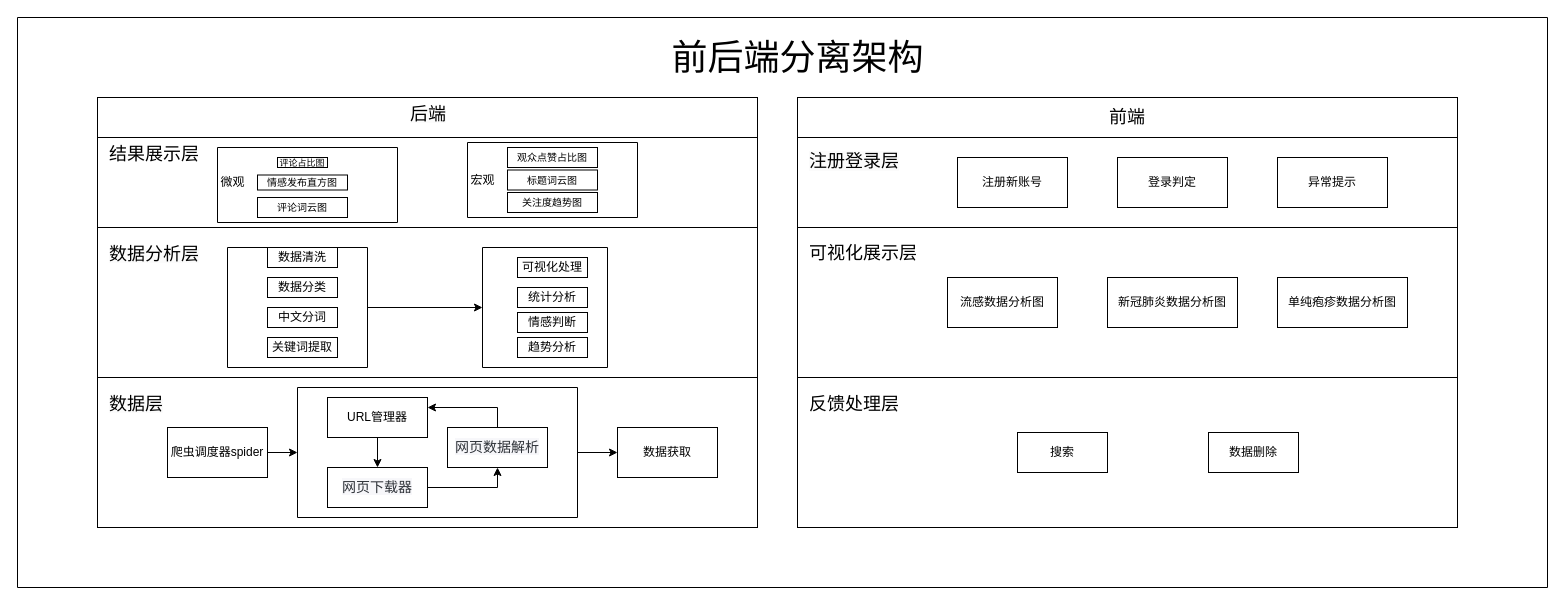
SWE20040/python- keeps this draw.io diagram as page "Page-1" (1 of 2) of PIL图片处理/未命名绘图.drawio. Above is the earlier version. Source tidied: cells renumbered, new cells numbered last; positions are measured from the earlier drawing's top-left corner, leaving out a move shared by most shapes. Both pictures are drawn from the tidied source at 100%, with x=0, y=0 at pixel (17, 17).
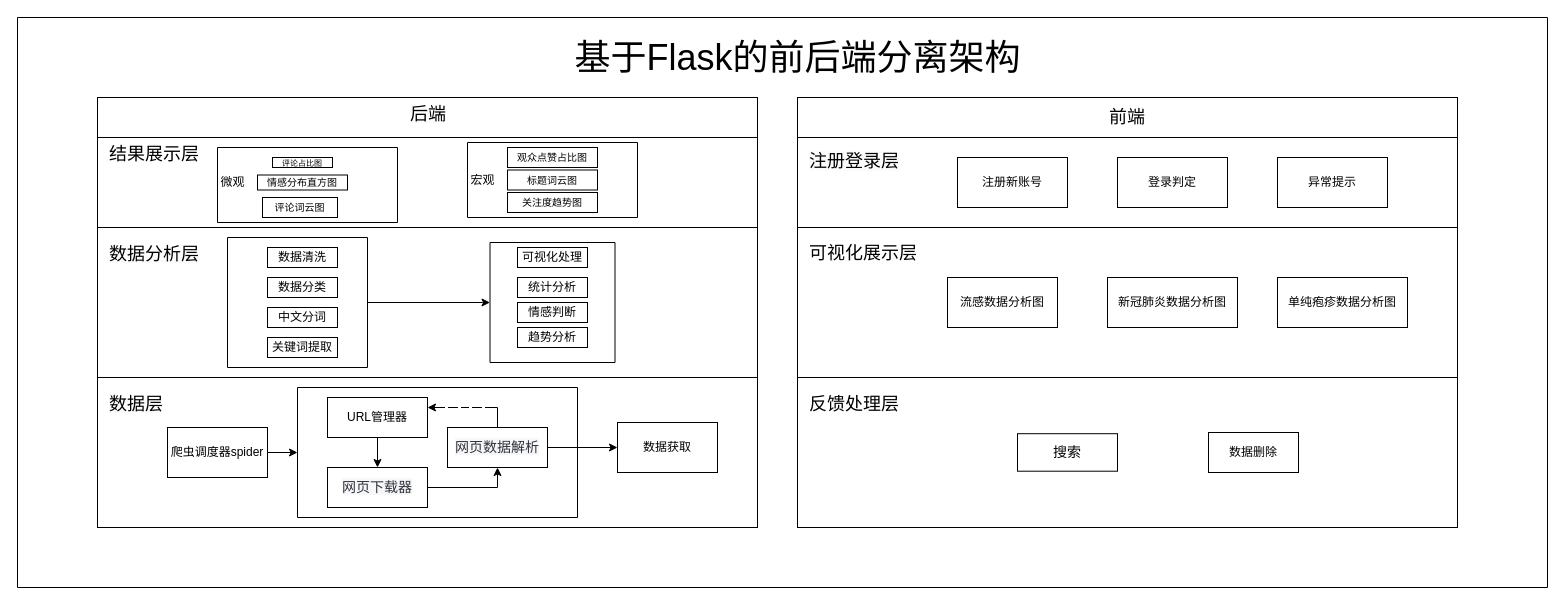
After the change.

Commit message:
基于Flaks前后端分离架构.drawio

Unchanged cells that the change refers to:
```xml
<mxCell id="9" style="swimlane;startSize=0;" parent="1" vertex="1">
  <mxGeometry width="1530" height="570" as="geometry" />
</mxCell>
<mxCell id="21" value="&lt;span style=&quot;--tw-border-spacing-x: 0; --tw-border-spacing-y: 0; --tw-translate-x: 0; --tw-translate-y: 0; --tw-rotate: 0; --tw-skew-x: 0; --tw-skew-y: 0; --tw-scale-x: 1; --tw-scale-y: 1; --tw-pan-x: ; --tw-pan-y: ; --tw-pinch-zoom: ; --tw-scroll-snap-strictness: proximity; --tw-gradient-from-position: ; --tw-gradient-via-position: ; --tw-gradient-to-position: ; --tw-ordinal: ; --tw-slashed-zero: ; --tw-numeric-figure: ; --tw-numeric-spacing: ; --tw-numeric-fraction: ; --tw-ring-inset: ; --tw-ring-offset-width: 0px; --tw-ring-offset-color: #fff; --tw-ring-color: rgba(59,130,246,.5); --tw-ring-offset-shadow: 0 0 #0000; --tw-ring-shadow: 0 0 #0000; --tw-shadow: 0 0 #0000; --tw-shadow-colored: 0 0 #0000; --tw-blur: ; --tw-brightness: ; --tw-contrast: ; --tw-grayscale: ; --tw-hue-rotate: ; --tw-invert: ; --tw-saturate: ; --tw-sepia: ; --tw-drop-shadow: ; --tw-backdrop-blur: ; --tw-backdrop-brightness: ; --tw-backdrop-contrast: ; --tw-backdrop-grayscale: ; --tw-backdrop-hue-rotate: ; --tw-backdrop-invert: ; --tw-backdrop-opacity: ; --tw-backdrop-saturate: ; --tw-backdrop-sepia: ; -webkit-font-smoothing: antialiased; box-sizing: border-box; color: rgb(46, 50, 56); font-family: &amp;quot;SF Pro Display&amp;quot;, -apple-system, BlinkMacSystemFont, &amp;quot;Segoe UI&amp;quot;, &amp;quot;PingFang SC&amp;quot;, &amp;quot;Hiragino Sans GB&amp;quot;, &amp;quot;Microsoft YaHei&amp;quot;, &amp;quot;Helvetica Neue&amp;quot;, Helvetica, Arial, sans-serif; font-size: 14px; text-align: left; background-color: rgb(247, 247, 250);&quot;&gt;网页数据解析&lt;/span&gt;" style="rounded=0;whiteSpace=wrap;html=1;" parent="9" vertex="1">
  <mxGeometry x="430" y="410" width="100" height="40" as="geometry" />
</mxCell>
<mxCell id="23" style="swimlane;startSize=0;" parent="9" vertex="1">
  <mxGeometry x="280" y="370" width="280" height="130" as="geometry" />
</mxCell>
<mxCell id="24" value="URL管理器" style="rounded=0;whiteSpace=wrap;html=1;" parent="23" vertex="1">
  <mxGeometry x="30" y="10" width="100" height="40" as="geometry" />
</mxCell>
<mxCell id="35" style="swimlane;startSize=0;" parent="9" vertex="1">
  <mxGeometry x="200" y="130" width="180" height="75" as="geometry" />
</mxCell>
```

Diff of the diagram source:
```diff
@@
-    <mxCell id="10" value="&lt;font style=&quot;font-size: 36px;&quot;&gt;前后端分离架构&lt;/font&gt;" style="text;html=1;align=center;verticalAlign=middle;strokeColor=none;fillColor=none;" parent="9" vertex="1">
-      <mxGeometry x="640" y="10" width="280" height="60" as="geometry" />
+    <mxCell id="10" value="&lt;font style=&quot;font-size: 36px;&quot;&gt;基于Flask的前后端分离架构&lt;/font&gt;" style="text;html=1;align=center;verticalAlign=middle;strokeColor=none;fillColor=none;" parent="9" vertex="1">
+      <mxGeometry x="545" y="10" width="470" height="60" as="geometry" />
     </mxCell>
@@
-    <mxCell id="20" style="edgeStyle=orthogonalEdgeStyle;rounded=0;jettySize=auto;html=1;exitX=0.5;exitY=0;exitDx=0;exitDy=0;entryX=1;entryY=0.25;entryDx=0;entryDy=0;" parent="9" edge="1" source="21" target="24">
-      <mxGeometry relative="1" as="geometry">
-        <Array as="points">
-          <mxPoint x="480" y="390" />
-        </Array>
-      </mxGeometry>
+    <mxCell id="20" style="rounded=0;jettySize=auto;html=1;exitX=0.5;exitY=0;exitDx=0;exitDy=0;entryX=1;entryY=0.25;entryDx=0;entryDy=0;edgeStyle=orthogonalEdgeStyle;" parent="9" edge="1" source="21" target="24">
+      <mxGeometry relative="1" as="geometry" />
     </mxCell>
+    <mxCell id="61" value="&amp;nbsp;" style="edgeLabel;html=1;align=center;verticalAlign=middle;" parent="20" vertex="1">
+      <mxGeometry x="0.6" y="-2" relative="1" as="geometry" />
+    </mxCell>
+    <mxCell id="62" value="&amp;nbsp;" style="edgeLabel;html=1;align=center;verticalAlign=middle;" parent="20" vertex="1">
+      <mxGeometry x="0.07" y="3" relative="1" as="geometry" />
+    </mxCell>
+    <mxCell id="63" value="&amp;nbsp;" style="edgeLabel;html=1;align=center;verticalAlign=middle;" parent="20" vertex="1">
+      <mxGeometry x="-0.23" y="1" relative="1" as="geometry" />
+    </mxCell>
+    <mxCell id="64" value="&amp;nbsp;" style="edgeLabel;html=1;align=center;verticalAlign=middle;" parent="20" vertex="1">
+      <mxGeometry x="0.31" y="-2" relative="1" as="geometry" />
+    </mxCell>
@@
-    <mxCell id="22" style="edgeStyle=orthogonalEdgeStyle;rounded=0;jettySize=auto;html=1;exitX=1;exitY=0.5;exitDx=0;exitDy=0;" parent="9" edge="1" source="23" target="25">
+    <mxCell id="22" style="edgeStyle=orthogonalEdgeStyle;rounded=0;jettySize=auto;html=1;exitX=1;exitY=0.5;exitDx=0;exitDy=0;" parent="9" edge="1" source="21" target="25">
       <mxGeometry relative="1" as="geometry" />
     </mxCell>
@@
     <mxCell id="25" value="数据获取" style="rounded=0;whiteSpace=wrap;html=1;" parent="9" vertex="1">
-      <mxGeometry x="600" y="410" width="100" height="50" as="geometry" />
+      <mxGeometry x="600" y="405" width="100" height="50" as="geometry" />
     </mxCell>
@@
-    <mxCell id="31" value="&lt;span style=&quot;font-size: 10px;&quot;&gt;评论词云图&lt;/span&gt;" style="rounded=0;whiteSpace=wrap;html=1;" parent="9" vertex="1">
-      <mxGeometry x="240" y="180" width="90" height="20" as="geometry" />
-    </mxCell>
@@
-    <mxCell id="36" value="&lt;font style=&quot;font-size: 10px;&quot;&gt;情感发布直方图&lt;/font&gt;" style="rounded=0;whiteSpace=wrap;html=1;" parent="35" vertex="1">
+    <mxCell id="36" value="&lt;font style=&quot;font-size: 10px;&quot;&gt;情感分布直方图&lt;/font&gt;" style="rounded=0;whiteSpace=wrap;html=1;" parent="35" vertex="1">
       <mxGeometry x="40" y="27.5" width="90" height="15" as="geometry" />
     </mxCell>
@@
+    <mxCell id="31" value="&lt;span style=&quot;font-size: 10px;&quot;&gt;评论词云图&lt;/span&gt;" style="rounded=0;whiteSpace=wrap;html=1;" parent="35" vertex="1">
+      <mxGeometry x="45" y="50" width="75" height="20" as="geometry" />
+    </mxCell>
+    <mxCell id="40" value="&lt;font style=&quot;font-size: 8px;&quot;&gt;评论占比图&lt;/font&gt;" style="rounded=0;whiteSpace=wrap;html=1;" parent="35" vertex="1">
+      <mxGeometry x="55" y="10" width="60" height="10" as="geometry" />
+    </mxCell>
@@
-    <mxCell id="40" value="&lt;font style=&quot;font-size: 9px;&quot;&gt;评论占比图&lt;/font&gt;" style="rounded=0;whiteSpace=wrap;html=1;" parent="9" vertex="1">
-      <mxGeometry x="260" y="140" width="50" height="10" as="geometry" />
-    </mxCell>
@@
     <mxCell id="46" style="edgeStyle=orthogonalEdgeStyle;rounded=0;jettySize=auto;html=1;entryX=0;entryY=0.5;entryDx=0;entryDy=0;" parent="1" edge="1" source="47" target="52">
-      <mxGeometry relative="1" as="geometry" />
+      <mxGeometry relative="1" as="geometry">
+        <Array as="points">
+          <mxPoint x="465" y="285" />
+        </Array>
+      </mxGeometry>
     </mxCell>
     <mxCell id="47" style="swimlane;startSize=0;" parent="1" vertex="1">
-      <mxGeometry x="210" y="230" width="140" height="120" as="geometry" />
+      <mxGeometry x="210" y="220" width="140" height="130" as="geometry" />
     </mxCell>
     <mxCell id="48" value="可视化处理" style="rounded=0;whiteSpace=wrap;html=1;" parent="1" vertex="1">
-      <mxGeometry x="500" y="240" width="70" height="20" as="geometry" />
+      <mxGeometry x="500" y="230" width="70" height="20" as="geometry" />
     </mxCell>
     <mxCell id="49" value="统计分析" style="rounded=0;whiteSpace=wrap;html=1;" parent="1" vertex="1">
-      <mxGeometry x="500" y="270" width="70" height="20" as="geometry" />
+      <mxGeometry x="500" y="260" width="70" height="20" as="geometry" />
     </mxCell>
-    <mxCell id="50" value="情感判断" style="rounded=0;whiteSpace=wrap;html=1;" parent="1" vertex="1">
-      <mxGeometry x="500" y="295" width="70" height="20" as="geometry" />
-    </mxCell>
     <mxCell id="51" value="趋势分析" style="rounded=0;whiteSpace=wrap;html=1;" parent="1" vertex="1">
-      <mxGeometry x="500" y="320" width="70" height="20" as="geometry" />
+      <mxGeometry x="500" y="310" width="70" height="20" as="geometry" />
     </mxCell>
     <mxCell id="52" style="swimlane;startSize=0;" parent="1" vertex="1">
-      <mxGeometry x="465" y="230" width="125" height="120" as="geometry" />
+      <mxGeometry x="472.5" y="225" width="125" height="120" as="geometry" />
     </mxCell>
+    <mxCell id="50" value="情感判断" style="rounded=0;whiteSpace=wrap;html=1;" parent="52" vertex="1">
+      <mxGeometry x="27.5" y="60" width="70" height="20" as="geometry" />
+    </mxCell>
@@
-    <mxCell id="59" value="搜索" style="rounded=0;whiteSpace=wrap;html=1;" parent="1" vertex="1">
-      <mxGeometry x="1000" y="415" width="90" height="40" as="geometry" />
+    <mxCell id="59" value="&lt;font style=&quot;font-size: 14px;&quot;&gt;搜索&lt;/font&gt;" style="rounded=0;whiteSpace=wrap;html=1;" parent="1" vertex="1">
+      <mxGeometry x="1000" y="416.2" width="100" height="37.5" as="geometry" />
     </mxCell>
```
